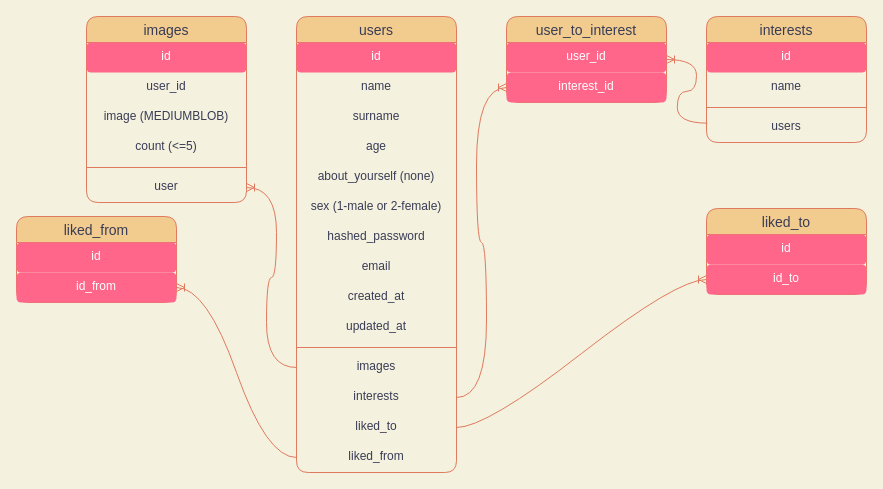
Before: Diagram/Database.drawio in andrey-blight/ademy, a draw.io diagram. Source tidied: cells renumbered, new cells numbered last; positions are measured from the earlier drawing's top-left corner, leaving out a move shared by most shapes. Both pictures are drawn from the tidied source at 100%, with x=0, y=0 at pixel (16, 16).
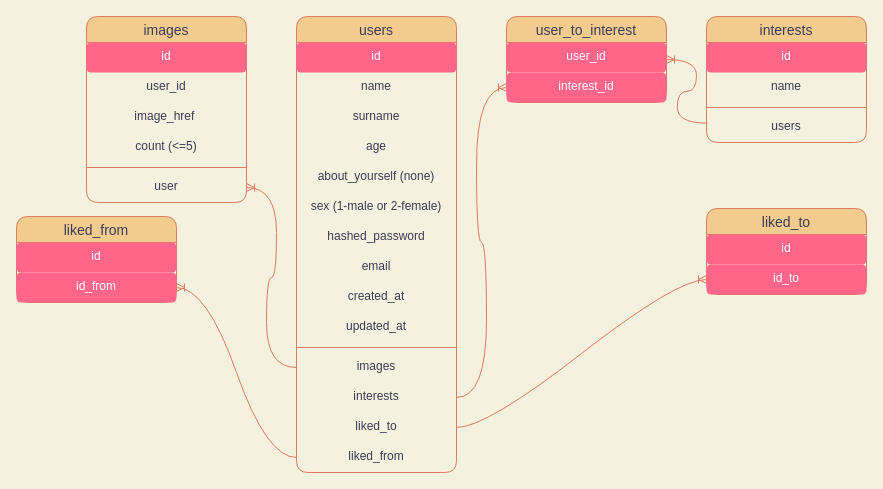
The same page after the edit.

The change refers to these unchanged cells:
```xml
<mxCell id="28" value="images" style="swimlane;fontStyle=0;horizontal=1;startSize=26;align=center;fontSize=14;fillColor=#F2CC8F;strokeColor=#E07A5F;fontColor=#393C56;rounded=1;" parent="1" vertex="1">
  <mxGeometry x="70" width="160" height="186" as="geometry" />
</mxCell>
```

What changed in the source:
```diff
@@
-    <mxCell id="31" value="image (MEDIUMBLOB)" style="text;strokeColor=none;fillColor=none;spacingLeft=4;spacingRight=4;overflow=hidden;fontSize=12;align=center;fontColor=#393C56;rounded=1;" parent="28" vertex="1">
+    <mxCell id="31" value="image_href " style="text;strokeColor=none;fillColor=none;spacingLeft=4;spacingRight=4;overflow=hidden;fontSize=12;align=center;fontColor=#393C56;rounded=1;" parent="28" vertex="1">
       <mxGeometry y="86" width="160" height="30" as="geometry" />
     </mxCell>
```
